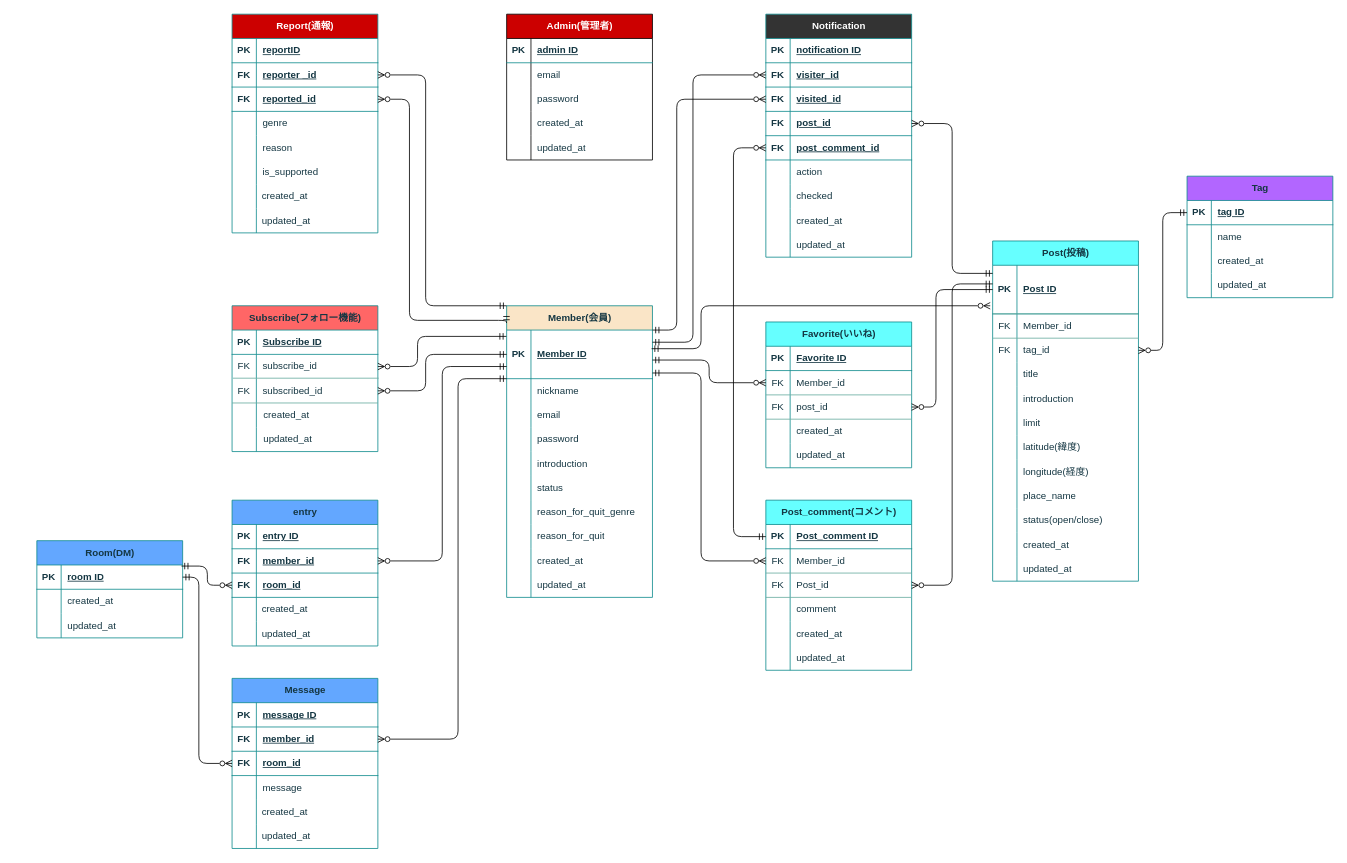
This is Tabekiro-uo_ER_map.drawio from yuna096740/ER_practice, a draw.io file, before an edit. Source tidied: cells renumbered, new cells numbered last; positions are measured from the earlier drawing's top-left corner, leaving out a move shared by most shapes. Both pictures are drawn from the tidied source at 81%, with x=0, y=0 at pixel (36, 14).
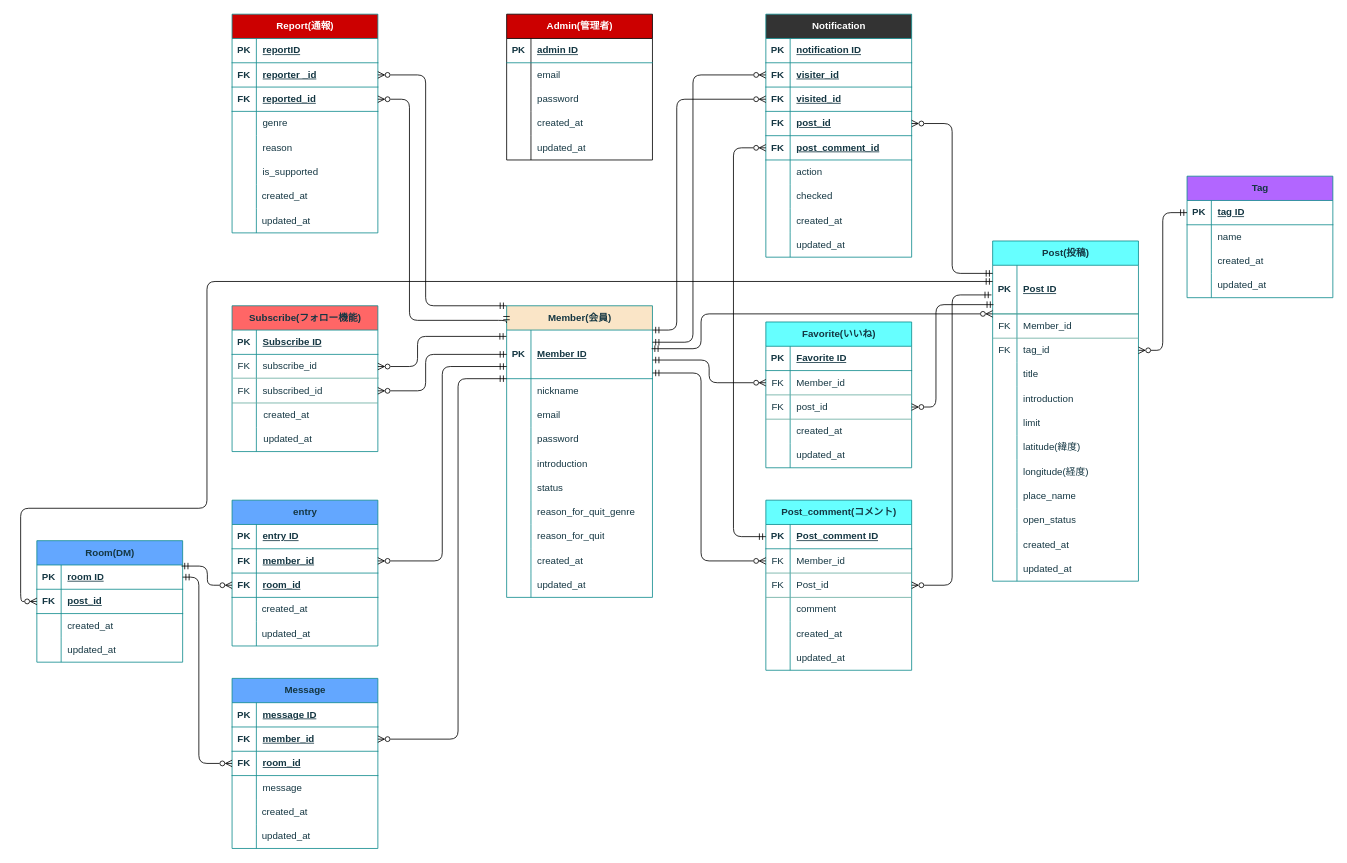
Above is the later version.

Commit message:
Tabekiro-uo_ER_map.drawio を更新します

The change refers to these unchanged cells:
```xml
<mxCell id="79" style="shape=tableRow;horizontal=0;startSize=0;swimlaneHead=0;swimlaneBody=0;fillColor=none;points=[[0,0.5],[1,0.5]];portConstraint=eastwest;top=0;left=0;right=0;bottom=0;labelBackgroundColor=none;strokeColor=#0F8B8D;fontColor=#143642;rounded=0;" parent="72" vertex="1">
  <mxGeometry y="90" width="180" height="30" as="geometry" />
</mxCell>
<mxCell id="121" style="shape=tableRow;horizontal=0;startSize=0;swimlaneHead=0;swimlaneBody=0;fillColor=none;points=[[0,0.5],[1,0.5]];portConstraint=eastwest;top=0;left=0;right=0;bottom=1;labelBackgroundColor=none;strokeColor=#0F8B8D;fontColor=#143642;rounded=0;" parent="120" vertex="1">
  <mxGeometry y="30" width="180" height="60" as="geometry" />
</mxCell>
<mxCell id="148" style="shape=tableRow;horizontal=0;startSize=0;swimlaneHead=0;swimlaneBody=0;fillColor=none;top=0;left=0;right=0;bottom=0;labelBackgroundColor=none;strokeColor=#0F8B8D;fontColor=#143642;rounded=0;" parent="120" vertex="1">
  <mxGeometry y="330" width="180" height="30" as="geometry" />
</mxCell>
<mxCell id="164" style="shape=tableRow;horizontal=0;startSize=0;swimlaneHead=0;swimlaneBody=0;fillColor=none;points=[[0,0.5],[1,0.5]];portConstraint=eastwest;top=0;left=0;right=0;bottom=0;labelBackgroundColor=none;strokeColor=#0F8B8D;fontColor=#143642;rounded=0;" parent="157" vertex="1">
  <mxGeometry y="90" width="180" height="30" as="geometry" />
</mxCell>
<mxCell id="176" value="Member ID" style="shape=partialRectangle;fillColor=none;top=0;left=0;bottom=0;right=0;align=left;spacingLeft=6;fontStyle=5;overflow=hidden;whiteSpace=wrap;html=1;labelBackgroundColor=none;strokeColor=#0F8B8D;fontColor=#143642;rounded=0;" parent="174" vertex="1">
  <mxGeometry x="30" width="150" height="60" as="geometry" />
</mxCell>
```

The edit, as a diff of the source:
```diff
@@
     <mxCell id="91" value="Room(DM)" style="shape=table;startSize=30;childLayout=tableLayout;rowLines=0;fontStyle=1;align=center;html=1;labelBackgroundColor=none;fillColor=#63A7FF;strokeColor=#0F8B8D;fontColor=#143642;rounded=0;" parent="1" vertex="1">
-      <mxGeometry y="650" width="180" height="120" as="geometry" />
+      <mxGeometry y="650" width="180" height="150" as="geometry" />
     </mxCell>
@@
+    <mxCell id="301" style="shape=tableRow;horizontal=0;startSize=0;swimlaneHead=0;swimlaneBody=0;fillColor=none;points=[[0,0.5],[1,0.5]];portConstraint=eastwest;top=0;left=0;right=0;bottom=1;labelBackgroundColor=none;strokeColor=#0F8B8D;fontColor=#143642;rounded=0;" parent="91" vertex="1">
+      <mxGeometry y="60" width="180" height="30" as="geometry" />
+    </mxCell>
+    <mxCell id="302" value="FK" style="shape=partialRectangle;fillColor=none;top=0;left=0;bottom=0;right=0;fontStyle=1;overflow=hidden;whiteSpace=wrap;html=1;labelBackgroundColor=none;strokeColor=#0F8B8D;fontColor=#143642;rounded=0;" parent="301" vertex="1">
+      <mxGeometry width="30" height="30" as="geometry" />
+    </mxCell>
+    <mxCell id="303" value="post_id" style="shape=partialRectangle;fillColor=none;top=0;left=0;bottom=0;right=0;align=left;spacingLeft=6;fontStyle=5;overflow=hidden;whiteSpace=wrap;html=1;labelBackgroundColor=none;strokeColor=#0F8B8D;fontColor=#143642;rounded=0;" parent="301" vertex="1">
+      <mxGeometry x="30" width="150" height="30" as="geometry" />
+    </mxCell>
     <mxCell id="95" style="shape=tableRow;horizontal=0;startSize=0;swimlaneHead=0;swimlaneBody=0;fillColor=none;top=0;left=0;right=0;bottom=0;labelBackgroundColor=none;strokeColor=#0F8B8D;fontColor=#143642;rounded=0;" parent="91" vertex="1">
-      <mxGeometry y="60" width="180" height="30" as="geometry" />
+      <mxGeometry y="90" width="180" height="30" as="geometry" />
     </mxCell>
@@
     <mxCell id="98" style="shape=tableRow;horizontal=0;startSize=0;swimlaneHead=0;swimlaneBody=0;fillColor=none;top=0;left=0;right=0;bottom=0;labelBackgroundColor=none;strokeColor=#0F8B8D;fontColor=#143642;rounded=0;" parent="91" vertex="1">
-      <mxGeometry y="90" width="180" height="30" as="geometry" />
+      <mxGeometry y="120" width="180" height="30" as="geometry" />
     </mxCell>
@@
-    <mxCell id="150" value="status(open/close)" style="shape=partialRectangle;fillColor=none;top=0;left=0;bottom=0;right=0;align=left;spacingLeft=6;overflow=hidden;whiteSpace=wrap;html=1;labelBackgroundColor=none;strokeColor=#0F8B8D;fontColor=#143642;rounded=0;" parent="148" vertex="1">
+    <mxCell id="150" value="open_status" style="shape=partialRectangle;fillColor=none;top=0;left=0;bottom=0;right=0;align=left;spacingLeft=6;overflow=hidden;whiteSpace=wrap;html=1;labelBackgroundColor=none;strokeColor=#0F8B8D;fontColor=#143642;rounded=0;" parent="148" vertex="1">
       <mxGeometry x="30" width="150" height="30" as="geometry" />
     </mxCell>
@@
     <mxCell id="241" style="edgeStyle=orthogonalEdgeStyle;jettySize=auto;html=1;startArrow=ERmandOne;startFill=0;endArrow=ERzeroToMany;endFill=0;exitX=0.993;exitY=0.383;exitDx=0;exitDy=0;exitPerimeter=0;" parent="1" edge="1" source="176">
       <mxGeometry relative="1" as="geometry">
-        <mxPoint x="1177" y="360" as="targetPoint" />
+        <mxPoint x="1180" y="370" as="targetPoint" />
         <Array as="points">
           <mxPoint x="820" y="413" />
-          <mxPoint x="820" y="360" />
+          <mxPoint x="820" y="370" />
+          <mxPoint x="1180" y="370" />
         </Array>
       </mxGeometry>
     </mxCell>
@@
-    <mxCell id="245" style="edgeStyle=orthogonalEdgeStyle;jettySize=auto;html=1;entryX=1;entryY=0.5;entryDx=0;entryDy=0;startArrow=ERmandOne;startFill=0;endArrow=ERzeroToMany;endFill=0;" parent="1" edge="1" source="121" target="79">
+    <mxCell id="245" style="edgeStyle=orthogonalEdgeStyle;jettySize=auto;html=1;entryX=1;entryY=0.5;entryDx=0;entryDy=0;startArrow=ERmandOne;startFill=0;endArrow=ERzeroToMany;endFill=0;exitX=-0.008;exitY=0.61;exitDx=0;exitDy=0;exitPerimeter=0;" parent="1" edge="1" source="121" target="79">
       <mxGeometry relative="1" as="geometry">
         <Array as="points">
-          <mxPoint x="1130" y="333" />
+          <mxPoint x="1130" y="347" />
           <mxPoint x="1130" y="705" />
         </Array>
       </mxGeometry>
     </mxCell>
@@
-    <mxCell id="253" style="edgeStyle=orthogonalEdgeStyle;jettySize=auto;html=1;entryX=1;entryY=0.5;entryDx=0;entryDy=0;startArrow=ERmandOne;startFill=0;endArrow=ERzeroToMany;endFill=0;exitX=0;exitY=0.5;exitDx=0;exitDy=0;" parent="1" edge="1" source="121" target="164">
+    <mxCell id="253" style="edgeStyle=orthogonalEdgeStyle;jettySize=auto;html=1;entryX=1;entryY=0.5;entryDx=0;entryDy=0;startArrow=ERmandOne;startFill=0;endArrow=ERzeroToMany;endFill=0;exitX=0.006;exitY=0.81;exitDx=0;exitDy=0;exitPerimeter=0;" parent="1" edge="1" source="121" target="164">
       <mxGeometry relative="1" as="geometry">
         <Array as="points">
-          <mxPoint x="1110" y="340" />
+          <mxPoint x="1110" y="359" />
           <mxPoint x="1110" y="485" />
         </Array>
       </mxGeometry>
     </mxCell>
@@
     <mxCell id="293" value="created_at" style="shape=partialRectangle;fillColor=none;top=0;left=0;bottom=0;right=0;align=left;spacingLeft=6;overflow=hidden;whiteSpace=wrap;html=1;labelBackgroundColor=none;strokeColor=#0F8B8D;fontColor=#143642;rounded=0;" parent="1" vertex="1">
-      <mxGeometry x="30" y="710" width="150" height="30" as="geometry" />
+      <mxGeometry x="30" y="740" width="150" height="30" as="geometry" />
     </mxCell>
     <mxCell id="294" value="updated_at" style="shape=partialRectangle;fillColor=none;top=0;left=0;bottom=0;right=0;align=left;spacingLeft=6;overflow=hidden;whiteSpace=wrap;html=1;labelBackgroundColor=none;strokeColor=#0F8B8D;fontColor=#143642;rounded=0;" parent="1" vertex="1">
-      <mxGeometry x="30" y="740" width="150" height="30" as="geometry" />
+      <mxGeometry x="30" y="770" width="150" height="30" as="geometry" />
     </mxCell>
@@
+    <mxCell id="304" style="edgeStyle=orthogonalEdgeStyle;rounded=1;jettySize=auto;html=1;entryX=0;entryY=0.5;entryDx=0;entryDy=0;startArrow=ERmandOne;startFill=0;endArrow=ERzeroToMany;endFill=0;" parent="1" edge="1" source="121" target="301">
+      <mxGeometry relative="1" as="geometry">
+        <Array as="points">
+          <mxPoint x="210" y="330" />
+          <mxPoint x="210" y="610" />
+          <mxPoint x="-20" y="610" />
+          <mxPoint x="-20" y="725" />
+        </Array>
+      </mxGeometry>
+    </mxCell>
```
